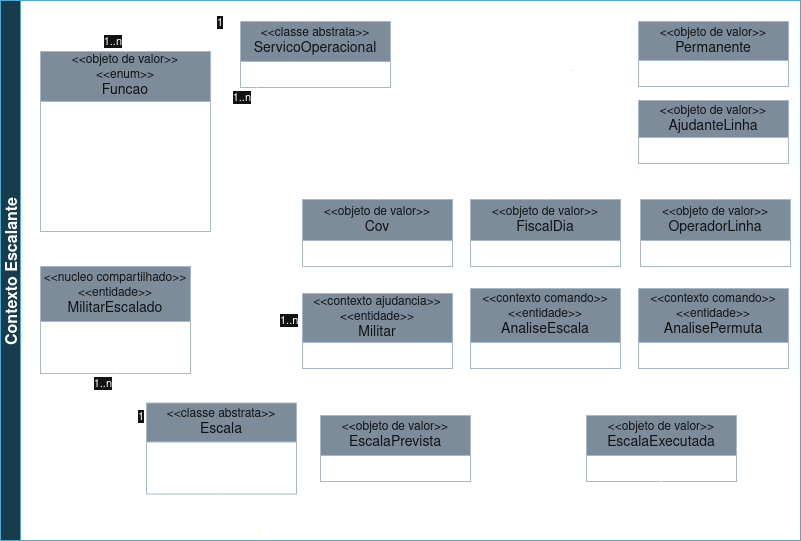
The draw.io diagram docs/diagramas/img/DiagramaUMLEscalante.png in joaoAaf/escalante-ddd, before a commit. Source tidied: cells renumbered, new cells last; positions are measured from the earlier drawing's top-left corner, leaving out a move shared by most shapes.
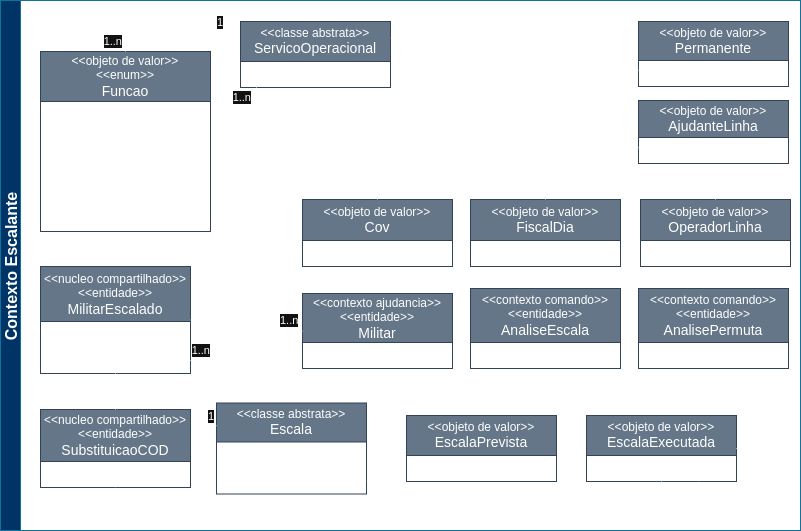
The same file after the commit.

The edit, as a diff of the source:
```diff
@@ -119,7 +119,7 @@
       </mxGeometry>
     </mxCell>
     <mxCell id="30" value="&lt;div&gt;&amp;lt;&amp;lt;classe abstrata&amp;gt;&amp;gt;&lt;/div&gt;&lt;div&gt;&lt;font style=&quot;font-size: 14px;&quot;&gt;Escala&lt;/font&gt;&lt;/div&gt;" style="swimlane;fontStyle=0;horizontal=1;startSize=39;fillColor=#647687;whiteSpace=wrap;html=1;fontColor=#ffffff;strokeColor=#314354;" parent="1" vertex="1">
-      <mxGeometry x="146" y="402.5" width="150" height="91" as="geometry" />
+      <mxGeometry x="216" y="402.5" width="150" height="91" as="geometry" />
     </mxCell>
     <mxCell id="31" value="- dataInicial: Date" style="text;strokeColor=none;fillColor=none;align=left;verticalAlign=top;spacingLeft=4;spacingRight=4;overflow=hidden;whiteSpace=wrap;html=1;" parent="30" vertex="1">
       <mxGeometry y="39" width="150" height="26" as="geometry" />
@@ -127,7 +127,7 @@
     <mxCell id="32" value="- dataFinal: Date" style="text;strokeColor=none;fillColor=none;align=left;verticalAlign=top;spacingLeft=4;spacingRight=4;overflow=hidden;points=[[0,0.5],[1,0.5]];portConstraint=eastwest;whiteSpace=wrap;html=1;" parent="30" vertex="1">
       <mxGeometry y="65" width="150" height="26" as="geometry" />
     </mxCell>
-    <mxCell id="33" style="endArrow=none;html=1;endSize=12;startArrow=none;startSize=14;startFill=0;edgeStyle=orthogonalEdgeStyle;rounded=0;exitX=0;exitY=0.25;exitDx=0;exitDy=0;" parent="1" edge="1" source="30" target="14">
+    <mxCell id="33" style="endArrow=none;html=1;endSize=12;startArrow=none;startSize=14;startFill=0;edgeStyle=orthogonalEdgeStyle;rounded=0;exitX=0;exitY=0.25;exitDx=0;exitDy=0;entryX=1;entryY=0.5;entryDx=0;entryDy=0;" parent="1" edge="1" source="30" target="16">
       <mxGeometry relative="1" as="geometry" />
     </mxCell>
     <mxCell id="34" value="1" style="edgeLabel;html=1;align=left;verticalAlign=top;" parent="33" vertex="1">
@@ -137,36 +137,43 @@
     </mxCell>
     <mxCell id="35" value="1..n" style="edgeLabel;html=1;align=right;verticalAlign=top;" parent="33" vertex="1">
       <mxGeometry x="1" relative="1" as="geometry">
-        <mxPoint x="-3" y="-3" as="offset" />
+        <mxPoint x="21" y="-23" as="offset" />
       </mxGeometry>
     </mxCell>
-    <mxCell id="36" style="endArrow=diamondThin;html=1;endSize=12;startArrow=none;startSize=14;startFill=0;edgeStyle=orthogonalEdgeStyle;rounded=0;exitX=1;exitY=0.25;exitDx=0;exitDy=0;endFill=0;" parent="1" edge="1" source="41" target="42">
-      <mxGeometry relative="1" as="geometry" />
+    <mxCell id="36" style="endArrow=diamondThin;html=1;endSize=12;startArrow=none;startSize=14;startFill=0;edgeStyle=orthogonalEdgeStyle;rounded=0;exitX=0.75;exitY=0;exitDx=0;exitDy=0;endFill=0;" parent="1" edge="1" source="41" target="42">
+      <mxGeometry relative="1" as="geometry">
+        <Array as="points">
+          <mxPoint x="519" y="400" />
+          <mxPoint x="545" y="400" />
+        </Array>
+      </mxGeometry>
     </mxCell>
-    <mxCell id="37" style="endArrow=block;html=1;endSize=12;startArrow=none;startSize=14;startFill=0;edgeStyle=orthogonalEdgeStyle;rounded=0;exitX=0.5;exitY=1;exitDx=0;exitDy=0;endFill=0;entryX=0.5;entryY=1;entryDx=0;entryDy=0;" parent="1" edge="1" source="41" target="30">
+    <mxCell id="37" style="endArrow=block;html=1;endSize=12;startArrow=none;startSize=14;startFill=0;edgeStyle=orthogonalEdgeStyle;rounded=0;exitX=0.5;exitY=1;exitDx=0;exitDy=0;endFill=0;entryX=1;entryY=0.5;entryDx=0;entryDy=0;" parent="1" edge="1" source="41" target="32">
       <mxGeometry relative="1" as="geometry">
         <Array as="points">
-          <mxPoint x="395" y="520" />
-          <mxPoint x="221" y="520" />
+          <mxPoint x="481" y="490" />
+          <mxPoint x="396" y="490" />
+          <mxPoint x="396" y="481" />
         </Array>
       </mxGeometry>
     </mxCell>
     <mxCell id="38" value="&amp;lt;&amp;lt;objeto de valor&amp;gt;&amp;gt;&lt;br&gt;&lt;font style=&quot;font-size: 14px;&quot;&gt;EscalaExecutada&lt;/font&gt;" style="swimlane;fontStyle=0;horizontal=1;startSize=40;fillColor=#647687;whiteSpace=wrap;html=1;fontColor=#ffffff;strokeColor=#314354;" parent="1" vertex="1">
       <mxGeometry x="586" y="415" width="150" height="66" as="geometry" />
     </mxCell>
-    <mxCell id="39" style="endArrow=block;html=1;endSize=12;startArrow=none;startSize=14;startFill=0;edgeStyle=orthogonalEdgeStyle;rounded=0;endFill=0;entryX=0.5;entryY=1;entryDx=0;entryDy=0;exitX=0.5;exitY=1;exitDx=0;exitDy=0;" parent="1" edge="1" source="38" target="30">
+    <mxCell id="39" style="endArrow=block;html=1;endSize=12;startArrow=none;startSize=14;startFill=0;edgeStyle=orthogonalEdgeStyle;rounded=0;endFill=0;entryX=1;entryY=0.5;entryDx=0;entryDy=0;exitX=0.5;exitY=1;exitDx=0;exitDy=0;" parent="1" edge="1" source="38" target="32">
       <mxGeometry relative="1" as="geometry">
         <Array as="points">
-          <mxPoint x="661" y="520" />
-          <mxPoint x="221" y="520" />
+          <mxPoint x="661" y="490" />
+          <mxPoint x="396" y="490" />
+          <mxPoint x="396" y="481" />
         </Array>
       </mxGeometry>
     </mxCell>
-    <mxCell id="40" value="Contexto Escalante" style="swimlane;startSize=20;horizontal=0;horizontalTree=1;sortEdges=1;containerType=tree;fontSize=16;fillColor=#b1ddf0;strokeColor=#10739e;" parent="1" vertex="1">
-      <mxGeometry width="800" height="540" as="geometry" />
+    <mxCell id="40" value="Contexto Escalante" style="swimlane;startSize=20;horizontal=0;horizontalTree=1;sortEdges=1;containerType=tree;fontSize=16;fillColor=#003366;strokeColor=#10739e;" parent="1" vertex="1">
+      <mxGeometry width="800" height="530" as="geometry" />
     </mxCell>
     <mxCell id="41" value="&lt;div&gt;&amp;lt;&amp;lt;objeto de valor&amp;gt;&amp;gt;&lt;br&gt;&lt;font style=&quot;font-size: 14px;&quot;&gt;EscalaPrevista&lt;/font&gt;&lt;/div&gt;" style="swimlane;fontStyle=0;horizontal=1;startSize=40;fillColor=#647687;whiteSpace=wrap;html=1;fontColor=#ffffff;strokeColor=#314354;" parent="1" vertex="1">
-      <mxGeometry x="320" y="415" width="150" height="66" as="geometry" />
+      <mxGeometry x="406" y="415" width="150" height="66" as="geometry" />
     </mxCell>
     <mxCell id="42" value="&lt;div&gt;&lt;div&gt;&lt;div&gt;&lt;div&gt;&amp;lt;&amp;lt;contexto comando&amp;gt;&amp;gt;&lt;/div&gt;&lt;/div&gt;&lt;/div&gt;&lt;/div&gt;&lt;div&gt;&amp;lt;&amp;lt;entidade&amp;gt;&amp;gt;&lt;br&gt;&lt;font style=&quot;font-size: 14px;&quot;&gt;AnaliseEscala&lt;/font&gt;&lt;/div&gt;" style="swimlane;fontStyle=0;horizontal=1;startSize=54;fillColor=#647687;whiteSpace=wrap;html=1;fontColor=#ffffff;strokeColor=#314354;" parent="1" vertex="1">
       <mxGeometry x="470" y="288" width="150" height="80" as="geometry" />
@@ -177,12 +184,9 @@
     <mxCell id="44" style="endArrow=none;html=1;endSize=12;startArrow=open;startSize=14;startFill=0;edgeStyle=orthogonalEdgeStyle;rounded=0;entryX=1;entryY=0.5;entryDx=0;entryDy=0;dashed=1;exitX=0.75;exitY=1;exitDx=0;exitDy=0;" parent="1" edge="1" source="43" target="38">
       <mxGeometry relative="1" as="geometry" />
     </mxCell>
-    <mxCell id="45" style="endArrow=none;html=1;endSize=12;startArrow=open;startSize=14;startFill=0;edgeStyle=orthogonalEdgeStyle;rounded=0;entryX=0;entryY=0.75;entryDx=0;entryDy=0;dashed=1;exitX=1;exitY=0.75;exitDx=0;exitDy=0;" parent="1" edge="1" source="41" target="38">
-      <mxGeometry relative="1" as="geometry" />
-    </mxCell>
     <mxCell id="46" style="endArrow=none;dashed=1;html=1;dashPattern=1 3;strokeWidth=2;rounded=0;entryX=0;entryY=0;entryDx=0;entryDy=0;" parent="1" edge="1">
       <mxGeometry relative="1" as="geometry">
-        <mxPoint x="26" y="530" as="sourcePoint" />
+        <mxPoint x="26" y="390" as="sourcePoint" />
         <mxPoint x="26" y="10" as="targetPoint" />
       </mxGeometry>
     </mxCell>
@@ -192,10 +196,10 @@
         <mxPoint x="796" y="10" as="targetPoint" />
       </mxGeometry>
     </mxCell>
-    <mxCell id="48" style="endArrow=none;dashed=1;html=1;dashPattern=1 3;strokeWidth=2;rounded=0;exitX=1;exitY=1;exitDx=0;exitDy=0;entryX=0;entryY=1;entryDx=0;entryDy=0;" parent="1" edge="1">
+    <mxCell id="48" style="endArrow=none;dashed=1;html=1;dashPattern=1 3;strokeWidth=2;rounded=0;exitX=1;exitY=1;exitDx=0;exitDy=0;" parent="1" edge="1">
       <mxGeometry relative="1" as="geometry">
-        <mxPoint x="796" y="530" as="sourcePoint" />
-        <mxPoint x="26" y="530" as="targetPoint" />
+        <mxPoint x="796" y="520" as="sourcePoint" />
+        <mxPoint x="196" y="520" as="targetPoint" />
       </mxGeometry>
     </mxCell>
     <mxCell id="49" style="endArrow=none;dashed=1;html=1;dashPattern=1 3;strokeWidth=2;rounded=0;exitX=1;exitY=0;exitDx=0;exitDy=0;entryX=0;entryY=0;entryDx=0;entryDy=0;" parent="1" edge="1">
@@ -206,7 +210,7 @@
     </mxCell>
     <mxCell id="50" style="endArrow=none;dashed=1;html=1;dashPattern=1 3;strokeWidth=2;rounded=0;entryX=1;entryY=1;entryDx=0;entryDy=0;" parent="1" edge="1">
       <mxGeometry relative="1" as="geometry">
-        <mxPoint x="796" y="530" as="sourcePoint" />
+        <mxPoint x="796" y="520" as="sourcePoint" />
         <mxPoint x="796" y="390" as="targetPoint" />
       </mxGeometry>
     </mxCell>
@@ -228,5 +232,34 @@
         <mxPoint x="266" y="390" as="targetPoint" />
       </mxGeometry>
     </mxCell>
+    <mxCell id="54" value="&lt;div&gt;&lt;div&gt;&amp;lt;&amp;lt;nucleo compartilhado&amp;gt;&amp;gt;&lt;/div&gt;&amp;lt;&amp;lt;entidade&amp;gt;&amp;gt;&lt;/div&gt;&lt;div&gt;&lt;span style=&quot;font-size: 14px;&quot;&gt;SubstituicaoCOD&lt;/span&gt;&lt;br&gt;&lt;/div&gt;" style="swimlane;fontStyle=0;horizontal=1;startSize=52;fillColor=#647687;whiteSpace=wrap;html=1;fontColor=#ffffff;strokeColor=#314354;" parent="1" vertex="1">
+      <mxGeometry x="40" y="409" width="150" height="78" as="geometry" />
+    </mxCell>
+    <mxCell id="55" value="- id: Long &amp;lt;&amp;lt;id&amp;gt;&amp;gt;" style="text;strokeColor=none;fillColor=none;align=left;verticalAlign=top;spacingLeft=4;spacingRight=4;overflow=hidden;whiteSpace=wrap;html=1;" parent="54" vertex="1">
+      <mxGeometry y="52" width="150" height="26" as="geometry" />
+    </mxCell>
+    <mxCell id="56" style="endArrow=none;html=1;endSize=12;startArrow=none;startSize=14;startFill=0;edgeStyle=orthogonalEdgeStyle;rounded=0;entryX=0.5;entryY=1;entryDx=0;entryDy=0;exitX=0.5;exitY=0;exitDx=0;exitDy=0;" parent="1" edge="1" source="54" target="14">
+      <mxGeometry relative="1" as="geometry" />
+    </mxCell>
+    <mxCell id="57" style="endArrow=none;html=1;endSize=12;startArrow=open;startSize=14;startFill=0;edgeStyle=orthogonalEdgeStyle;rounded=0;entryX=0.75;entryY=1;entryDx=0;entryDy=0;dashed=1;exitX=0.5;exitY=1;exitDx=0;exitDy=0;" parent="1" edge="1" source="54" target="38">
+      <mxGeometry relative="1" as="geometry">
+        <Array as="points">
+          <mxPoint x="115" y="510" />
+          <mxPoint x="698" y="510" />
+        </Array>
+      </mxGeometry>
+    </mxCell>
+    <mxCell id="58" style="endArrow=none;dashed=1;html=1;dashPattern=1 3;strokeWidth=2;rounded=0;entryX=0;entryY=1;entryDx=0;entryDy=0;" parent="1" edge="1">
+      <mxGeometry relative="1" as="geometry">
+        <mxPoint x="196" y="390" as="sourcePoint" />
+        <mxPoint x="26" y="390" as="targetPoint" />
+      </mxGeometry>
+    </mxCell>
+    <mxCell id="59" style="endArrow=none;dashed=1;html=1;dashPattern=1 3;strokeWidth=2;rounded=0;entryX=1;entryY=1;entryDx=0;entryDy=0;" parent="1" edge="1">
+      <mxGeometry relative="1" as="geometry">
+        <mxPoint x="196" y="520" as="sourcePoint" />
+        <mxPoint x="196" y="390" as="targetPoint" />
+      </mxGeometry>
+    </mxCell>
   </root>
 </mxGraphModel>
```
